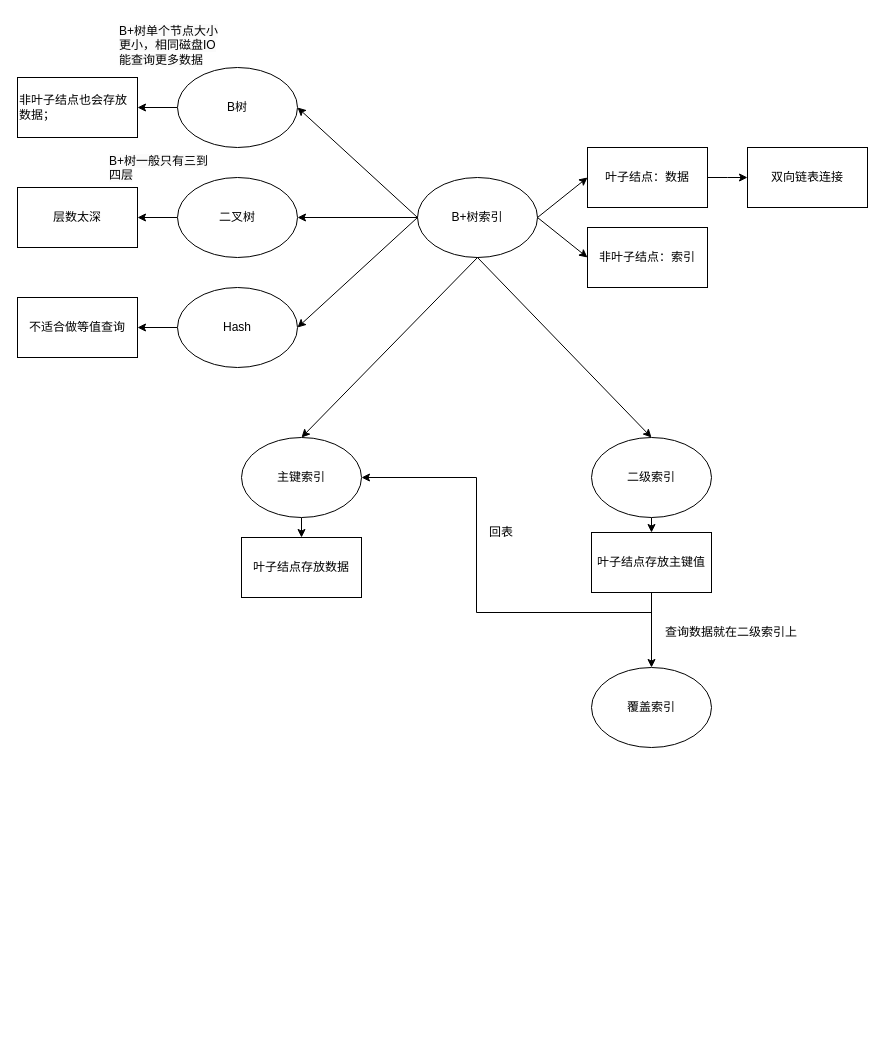
1155200424/diagrams keeps this draw.io diagram as MySQL索引.drawio. Above is the earlier version. Source tidied: cells renumbered, new cells numbered last; positions are measured from the earlier drawing's top-left corner, leaving out a move shared by most shapes. Both pictures are drawn from the tidied source at 100%, with x=0, y=0 at pixel (17, 17).
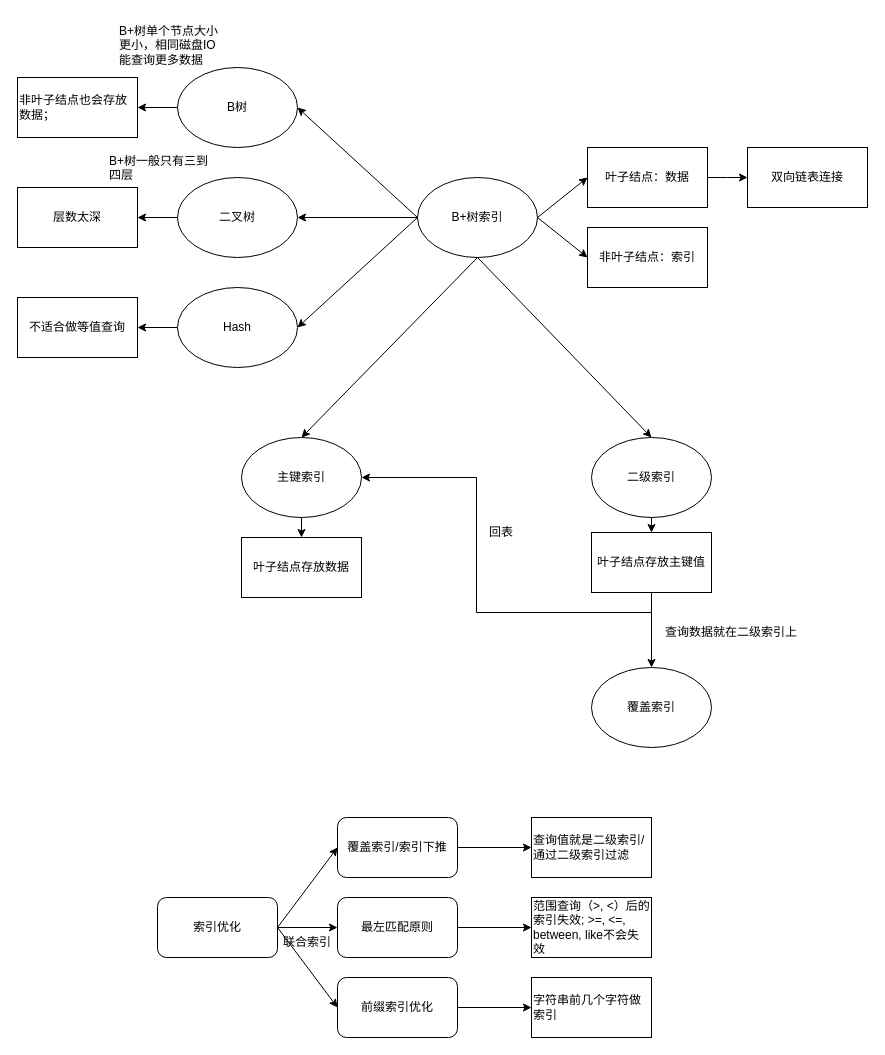
Above is the later version.

Change to the diagram source:
```diff
@@
+    <mxCell id="36" value="索引优化" style="rounded=1;whiteSpace=wrap;html=1;" parent="1" vertex="1">
+      <mxGeometry x="140" y="880" width="120" height="60" as="geometry" />
+    </mxCell>
+    <mxCell id="37" style="edgeStyle=orthogonalEdgeStyle;rounded=0;jettySize=auto;html=1;exitX=1;exitY=0.5;exitDx=0;exitDy=0;entryX=0;entryY=0.5;entryDx=0;entryDy=0;" parent="1" edge="1" source="38" target="41">
+      <mxGeometry relative="1" as="geometry" />
+    </mxCell>
+    <mxCell id="38" value="覆盖索引/索引下推" style="rounded=1;whiteSpace=wrap;html=1;" parent="1" vertex="1">
+      <mxGeometry x="320" y="800" width="120" height="60" as="geometry" />
+    </mxCell>
+    <mxCell id="39" style="edgeStyle=orthogonalEdgeStyle;rounded=0;jettySize=auto;html=1;exitX=1;exitY=0.5;exitDx=0;exitDy=0;entryX=0;entryY=0.5;entryDx=0;entryDy=0;" parent="1" edge="1" source="40" target="45">
+      <mxGeometry relative="1" as="geometry" />
+    </mxCell>
+    <mxCell id="40" value="最左匹配原则" style="rounded=1;whiteSpace=wrap;html=1;" parent="1" vertex="1">
+      <mxGeometry x="320" y="880" width="120" height="60" as="geometry" />
+    </mxCell>
+    <mxCell id="41" value="查询值就是二级索引/通过二级索引过滤" style="rounded=0;whiteSpace=wrap;html=1;align=left;" parent="1" vertex="1">
+      <mxGeometry x="514" y="800" width="120" height="60" as="geometry" />
+    </mxCell>
+    <mxCell id="42" style="endArrow=classic;html=1;rounded=0;entryX=0;entryY=0.5;entryDx=0;entryDy=0;" parent="1" edge="1" target="38">
+      <mxGeometry relative="1" as="geometry">
+        <mxPoint x="260" y="910" as="sourcePoint" />
+      </mxGeometry>
+    </mxCell>
+    <mxCell id="43" style="endArrow=classic;html=1;rounded=0;entryX=0;entryY=0.5;entryDx=0;entryDy=0;" parent="1" edge="1" target="40">
+      <mxGeometry relative="1" as="geometry">
+        <mxPoint x="260" y="910" as="sourcePoint" />
+      </mxGeometry>
+    </mxCell>
+    <mxCell id="44" value="联合索引" style="text;html=1;align=center;verticalAlign=middle;whiteSpace=wrap;rounded=0;" parent="1" vertex="1">
+      <mxGeometry x="260" y="910" width="60" height="30" as="geometry" />
+    </mxCell>
+    <mxCell id="45" value="范围查询（&amp;gt;, &amp;lt;）后的索引失效; &amp;gt;=, &amp;lt;=, between, like不会失效" style="rounded=0;whiteSpace=wrap;html=1;align=left;" parent="1" vertex="1">
+      <mxGeometry x="514" y="880" width="120" height="60" as="geometry" />
+    </mxCell>
+    <mxCell id="46" style="edgeStyle=orthogonalEdgeStyle;rounded=0;jettySize=auto;html=1;exitX=1;exitY=0.5;exitDx=0;exitDy=0;entryX=0;entryY=0.5;entryDx=0;entryDy=0;" parent="1" edge="1" source="47" target="48">
+      <mxGeometry relative="1" as="geometry" />
+    </mxCell>
+    <mxCell id="47" value="前缀索引优化" style="rounded=1;whiteSpace=wrap;html=1;" parent="1" vertex="1">
+      <mxGeometry x="320" y="960" width="120" height="60" as="geometry" />
+    </mxCell>
+    <mxCell id="48" value="字符串前几个字符做索引" style="rounded=0;whiteSpace=wrap;html=1;align=left;" parent="1" vertex="1">
+      <mxGeometry x="514" y="960" width="120" height="60" as="geometry" />
+    </mxCell>
+    <mxCell id="49" style="endArrow=classic;html=1;rounded=0;entryX=0;entryY=0.5;entryDx=0;entryDy=0;" parent="1" edge="1" target="47">
+      <mxGeometry relative="1" as="geometry">
+        <mxPoint x="260" y="910" as="sourcePoint" />
+      </mxGeometry>
+    </mxCell>
```
